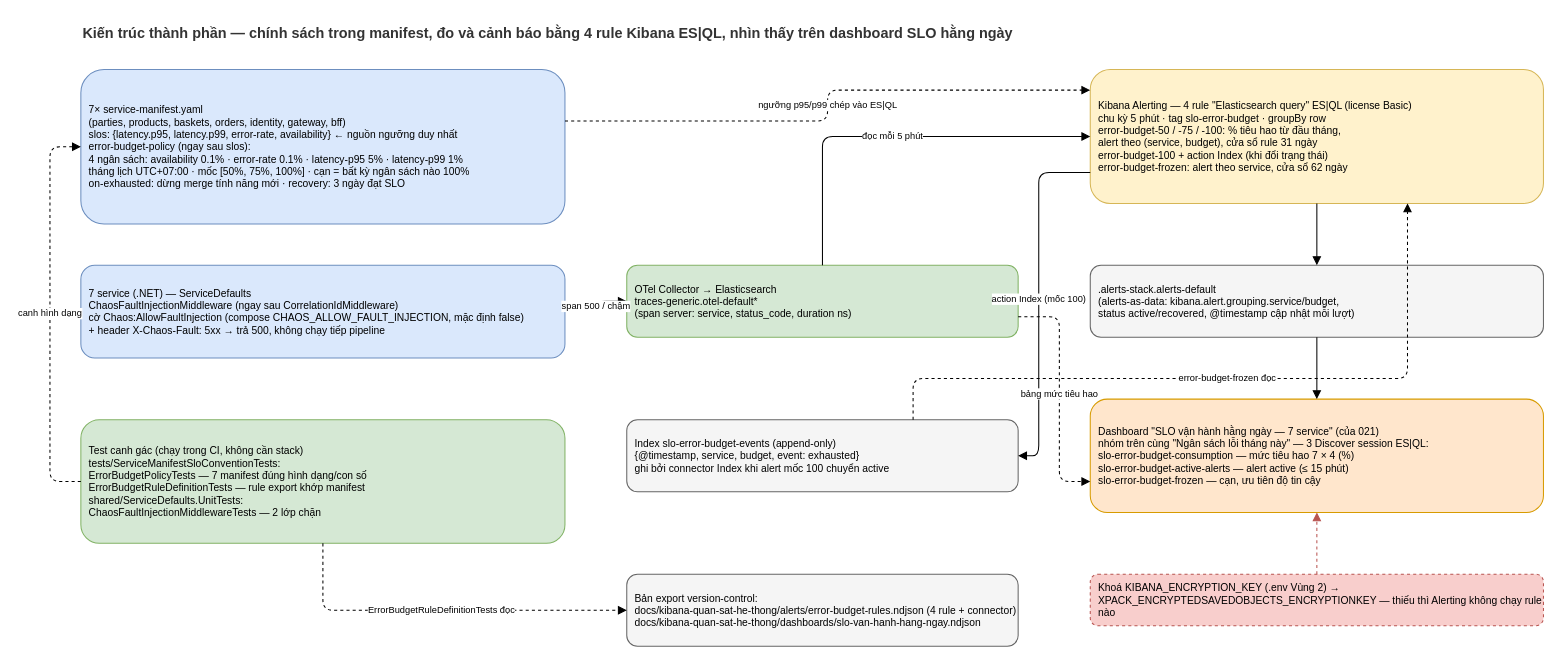
Above: docs/diagrams/027-error-budget-alerting-component.drawio in nmhieuit/ecommerce (draw.io), before the change. Source tidied: cells renumbered, new cells numbered last; positions are measured from the earlier drawing's top-left corner, leaving out a move shared by most shapes. Both pictures are drawn from the tidied source at 103%, with x=0, y=0 at pixel (49, 18).
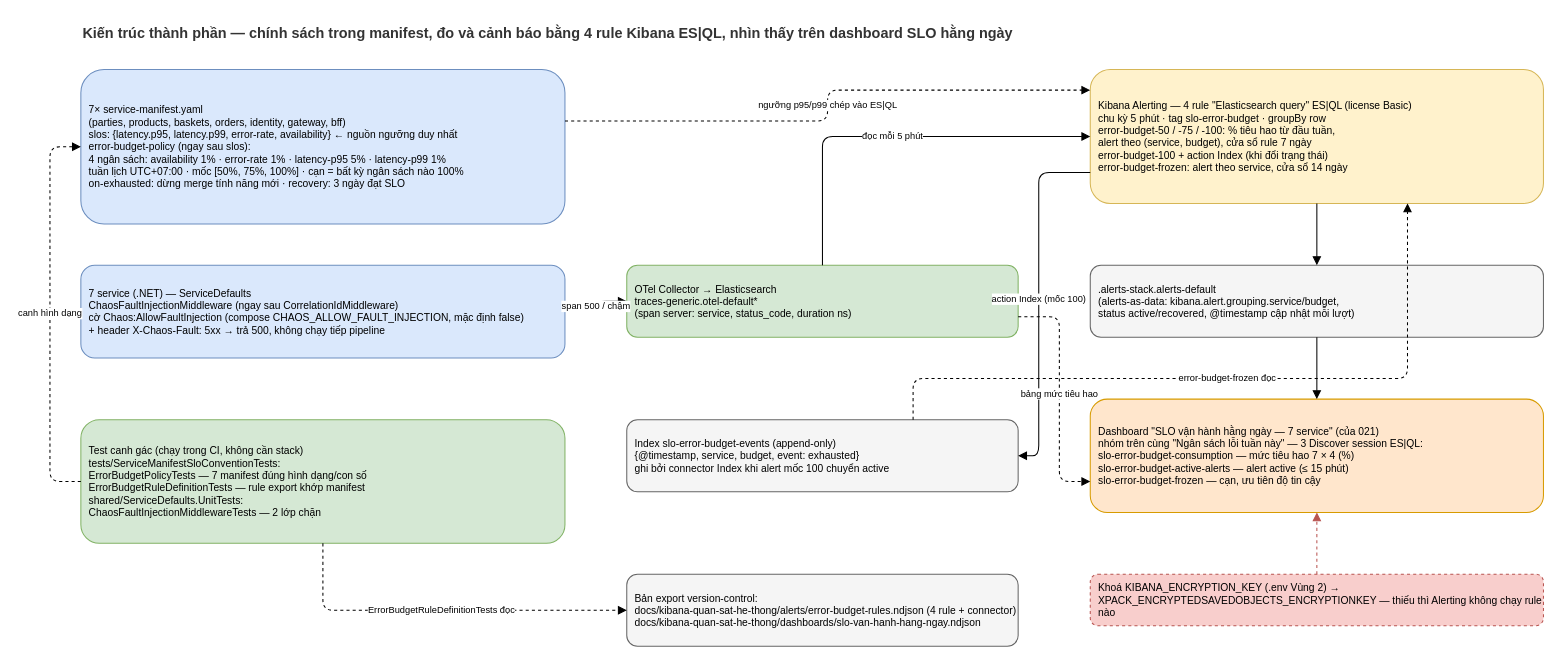
After the change.

What changed in the source:
```diff
@@
-    <mxCell id="3" value="7× service-manifest.yaml&#10;(parties, products, baskets, orders, identity, gateway, bff)&#10;slos: {latency.p95, latency.p99, error-rate, availability}  ← nguồn ngưỡng duy nhất&#10;error-budget-policy (ngay sau slos):&#10;  4 ngân sách: availability 0.1% · error-rate 0.1% · latency-p95 5% · latency-p99 1%&#10;  tháng lịch UTC+07:00 · mốc [50%, 75%, 100%] · cạn = bất kỳ ngân sách nào 100%&#10;  on-exhausted: dừng merge tính năng mới · recovery: 3 ngày đạt SLO" style="rounded=1;whiteSpace=wrap;html=1;fillColor=#dae8fc;strokeColor=#6c8ebf;fontSize=10;align=left;spacingLeft=6;" parent="1" vertex="1">
+    <mxCell id="3" value="7× service-manifest.yaml&#10;(parties, products, baskets, orders, identity, gateway, bff)&#10;slos: {latency.p95, latency.p99, error-rate, availability}  ← nguồn ngưỡng duy nhất&#10;error-budget-policy (ngay sau slos):&#10;  4 ngân sách: availability 1% · error-rate 1% · latency-p95 5% · latency-p99 1%&#10;  tuần lịch UTC+07:00 · mốc [50%, 75%, 100%] · cạn = bất kỳ ngân sách nào 100%&#10;  on-exhausted: dừng merge tính năng mới · recovery: 3 ngày đạt SLO" style="rounded=1;whiteSpace=wrap;html=1;fillColor=#dae8fc;strokeColor=#6c8ebf;fontSize=10;align=left;spacingLeft=6;" parent="1" vertex="1">
       <mxGeometry x="30" y="50" width="470" height="150" as="geometry" />
     </mxCell>
@@
-    <mxCell id="8" value="Kibana Alerting — 4 rule &quot;Elasticsearch query&quot; ES|QL (license Basic)&#10;chu kỳ 5 phút · tag slo-error-budget · groupBy row&#10;error-budget-50 / -75 / -100: % tiêu hao từ đầu tháng,&#10;  alert theo (service, budget), cửa sổ rule 31 ngày&#10;error-budget-100 + action Index (khi đổi trạng thái)&#10;error-budget-frozen: alert theo service, cửa sổ 62 ngày" style="rounded=1;whiteSpace=wrap;html=1;fillColor=#fff2cc;strokeColor=#d6b656;fontSize=10;align=left;spacingLeft=6;" parent="1" vertex="1">
+    <mxCell id="8" value="Kibana Alerting — 4 rule &quot;Elasticsearch query&quot; ES|QL (license Basic)&#10;chu kỳ 5 phút · tag slo-error-budget · groupBy row&#10;error-budget-50 / -75 / -100: % tiêu hao từ đầu tuần,&#10;  alert theo (service, budget), cửa sổ rule 7 ngày&#10;error-budget-100 + action Index (khi đổi trạng thái)&#10;error-budget-frozen: alert theo service, cửa sổ 14 ngày" style="rounded=1;whiteSpace=wrap;html=1;fillColor=#fff2cc;strokeColor=#d6b656;fontSize=10;align=left;spacingLeft=6;" parent="1" vertex="1">
       <mxGeometry x="1010" y="50" width="440" height="130" as="geometry" />
     </mxCell>
@@
-    <mxCell id="10" value="Dashboard &quot;SLO vận hành hằng ngày — 7 service&quot; (của 021)&#10;nhóm trên cùng &quot;Ngân sách lỗi tháng này&quot; — 3 Discover session ES|QL:&#10;  slo-error-budget-consumption — mức tiêu hao 7 × 4 (%)&#10;  slo-error-budget-active-alerts — alert active (≤ 15 phút)&#10;  slo-error-budget-frozen — cạn, ưu tiên độ tin cậy" style="rounded=1;whiteSpace=wrap;html=1;fillColor=#ffe6cc;strokeColor=#d79b00;fontSize=10;align=left;spacingLeft=6;" parent="1" vertex="1">
+    <mxCell id="10" value="Dashboard &quot;SLO vận hành hằng ngày — 7 service&quot; (của 021)&#10;nhóm trên cùng &quot;Ngân sách lỗi tuần này&quot; — 3 Discover session ES|QL:&#10;  slo-error-budget-consumption — mức tiêu hao 7 × 4 (%)&#10;  slo-error-budget-active-alerts — alert active (≤ 15 phút)&#10;  slo-error-budget-frozen — cạn, ưu tiên độ tin cậy" style="rounded=1;whiteSpace=wrap;html=1;fillColor=#ffe6cc;strokeColor=#d79b00;fontSize=10;align=left;spacingLeft=6;" parent="1" vertex="1">
       <mxGeometry x="1010" y="370" width="440" height="110" as="geometry" />
     </mxCell>
```
